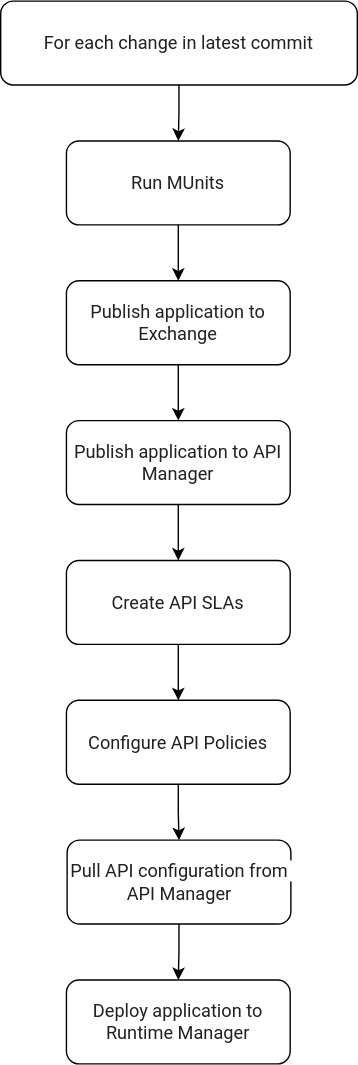
Before: architecture/diagrams/ci-cd-design/build-and-deploy.svg, a diagram exported from draw.io (RideXpress/docs). Source tidied: cells renumbered, new cells last; positions are measured from the earlier drawing's top-left corner, leaving out a move shared by most shapes.
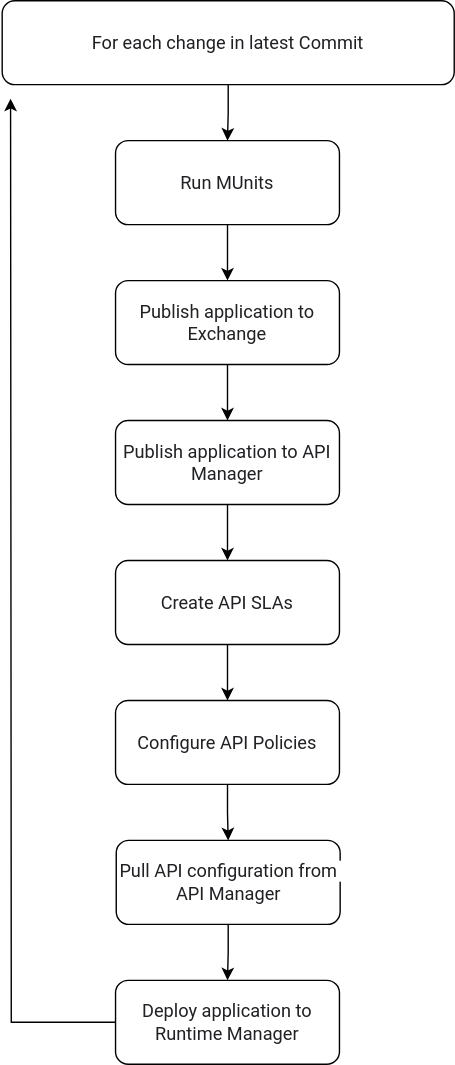
After the commit.

Commit message:
modification in build and deploy

The edit, as a diff of the source:
```diff
@@ -5,8 +5,8 @@
     <mxCell id="2" style="edgeStyle=orthogonalEdgeStyle;rounded=0;jettySize=auto;html=1;entryX=0.5;entryY=0;entryDx=0;entryDy=0;" parent="1" edge="1" source="3" target="5">
       <mxGeometry relative="1" as="geometry" />
     </mxCell>
-    <mxCell id="3" value="&lt;span style=&quot;color: rgb(32, 33, 36); font-family: Roboto, arial, sans-serif; font-size: 13px; font-style: normal; font-variant-ligatures: normal; font-variant-caps: normal; font-weight: 400; letter-spacing: normal; orphans: 2; text-align: left; text-indent: 0px; text-transform: none; widows: 2; word-spacing: 0px; -webkit-text-stroke-width: 0px; white-space: pre-wrap; background-color: rgb(255, 255, 255); text-decoration-thickness: initial; text-decoration-style: initial; text-decoration-color: initial; display: inline !important; float: none;&quot;&gt;For each change in latest commit&lt;/span&gt;" style="rounded=1;whiteSpace=wrap;html=1;" parent="1" vertex="1">
-      <mxGeometry width="255" height="60" as="geometry" />
+    <mxCell id="3" value="&lt;span style=&quot;color: rgb(32, 33, 36); font-family: Roboto, arial, sans-serif; font-size: 13px; font-style: normal; font-variant-ligatures: normal; font-variant-caps: normal; font-weight: 400; letter-spacing: normal; orphans: 2; text-align: left; text-indent: 0px; text-transform: none; widows: 2; word-spacing: 0px; -webkit-text-stroke-width: 0px; white-space: pre-wrap; background-color: rgb(255, 255, 255); text-decoration-thickness: initial; text-decoration-style: initial; text-decoration-color: initial; display: inline !important; float: none;&quot;&gt;For each change in latest Commit&lt;/span&gt;" style="rounded=1;whiteSpace=wrap;html=1;" parent="1" vertex="1">
+      <mxGeometry x="-34" width="323" height="60" as="geometry" />
     </mxCell>
     <mxCell id="4" style="edgeStyle=orthogonalEdgeStyle;rounded=0;jettySize=auto;html=1;entryX=0.5;entryY=0;entryDx=0;entryDy=0;" parent="1" edge="1" source="5" target="7">
       <mxGeometry relative="1" as="geometry" />
@@ -44,6 +44,11 @@
     <mxCell id="15" value="&lt;span style=&quot;color: rgb(32, 33, 36); font-family: Roboto, arial, sans-serif; font-size: 13px; text-align: left; white-space-collapse: preserve; background-color: rgb(255, 255, 255);&quot;&gt;Pull API configuration from API Manager&lt;/span&gt;" style="rounded=1;whiteSpace=wrap;html=1;" parent="1" vertex="1">
       <mxGeometry x="47.5" y="600" width="160" height="60" as="geometry" />
     </mxCell>
+    <mxCell id="17" style="edgeStyle=orthogonalEdgeStyle;rounded=0;jettySize=auto;html=1;" parent="1" edge="1" source="16">
+      <mxGeometry relative="1" as="geometry">
+        <mxPoint x="-28" y="70" as="targetPoint" />
+      </mxGeometry>
+    </mxCell>
     <mxCell id="16" value="&lt;span style=&quot;color: rgb(32, 33, 36); font-family: Roboto, arial, sans-serif; font-size: 13px; text-align: left; white-space-collapse: preserve; background-color: rgb(255, 255, 255);&quot;&gt;Deploy application to Runtime Manager&lt;/span&gt;" style="rounded=1;whiteSpace=wrap;html=1;" parent="1" vertex="1">
       <mxGeometry x="47" y="700" width="160" height="60" as="geometry" />
     </mxCell>
```
